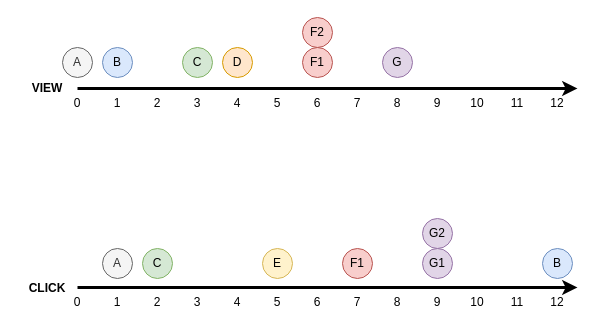
Earlier version of the draw.io diagram drawio/kafka/kafka-streams-join-2.drawio (windowforsun/blog). Source tidied: cells renumbered, new cells numbered last; positions are measured from the earlier drawing's top-left corner, leaving out a move shared by most shapes. Both pictures are drawn from the tidied source at 100%, with x=0, y=0 at pixel (17, 17).
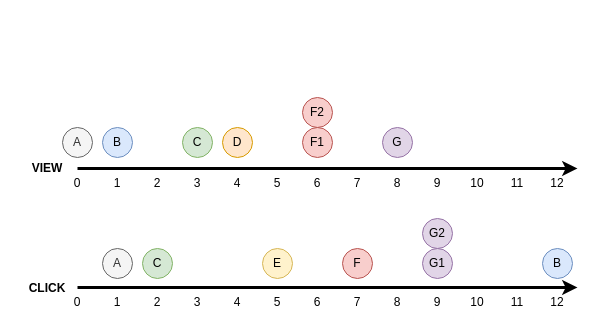
The same page after the edit.

What changed in the source:
```diff
@@
     <mxCell id="2" style="endArrow=classic;html=1;rounded=0;endFill=1;strokeWidth=3;" parent="1" edge="1">
       <mxGeometry relative="1" as="geometry">
-        <mxPoint x="60" y="71" as="sourcePoint" />
-        <mxPoint x="560" y="71" as="targetPoint" />
+        <mxPoint x="60" y="151" as="sourcePoint" />
+        <mxPoint x="560" y="151" as="targetPoint" />
       </mxGeometry>
     </mxCell>
     <mxCell id="3" value="&lt;b&gt;VIEW&lt;/b&gt;" style="text;html=1;align=center;verticalAlign=middle;whiteSpace=wrap;rounded=0;" parent="1" vertex="1">
-      <mxGeometry y="56" width="60" height="30" as="geometry" />
+      <mxGeometry y="136" width="60" height="30" as="geometry" />
     </mxCell>
@@
     <mxCell id="5" value="1" style="text;html=1;align=center;verticalAlign=middle;whiteSpace=wrap;rounded=0;" parent="1" vertex="1">
-      <mxGeometry x="90" y="71" width="20" height="30" as="geometry" />
+      <mxGeometry x="90" y="151" width="20" height="30" as="geometry" />
     </mxCell>
     <mxCell id="6" value="0" style="text;html=1;align=center;verticalAlign=middle;whiteSpace=wrap;rounded=0;" parent="1" vertex="1">
-      <mxGeometry x="50" y="71" width="20" height="30" as="geometry" />
+      <mxGeometry x="50" y="151" width="20" height="30" as="geometry" />
     </mxCell>
     <mxCell id="7" value="2" style="text;html=1;align=center;verticalAlign=middle;whiteSpace=wrap;rounded=0;" parent="1" vertex="1">
-      <mxGeometry x="130" y="71" width="20" height="30" as="geometry" />
+      <mxGeometry x="130" y="151" width="20" height="30" as="geometry" />
     </mxCell>
     <mxCell id="8" value="3" style="text;html=1;align=center;verticalAlign=middle;whiteSpace=wrap;rounded=0;" parent="1" vertex="1">
-      <mxGeometry x="170" y="71" width="20" height="30" as="geometry" />
+      <mxGeometry x="170" y="151" width="20" height="30" as="geometry" />
     </mxCell>
     <mxCell id="9" value="4" style="text;html=1;align=center;verticalAlign=middle;whiteSpace=wrap;rounded=0;" parent="1" vertex="1">
-      <mxGeometry x="210" y="71" width="20" height="30" as="geometry" />
+      <mxGeometry x="210" y="151" width="20" height="30" as="geometry" />
     </mxCell>
     <mxCell id="10" value="5" style="text;html=1;align=center;verticalAlign=middle;whiteSpace=wrap;rounded=0;" parent="1" vertex="1">
-      <mxGeometry x="250" y="71" width="20" height="30" as="geometry" />
+      <mxGeometry x="250" y="151" width="20" height="30" as="geometry" />
     </mxCell>
     <mxCell id="11" value="6" style="text;html=1;align=center;verticalAlign=middle;whiteSpace=wrap;rounded=0;" parent="1" vertex="1">
-      <mxGeometry x="290" y="71" width="20" height="30" as="geometry" />
+      <mxGeometry x="290" y="151" width="20" height="30" as="geometry" />
     </mxCell>
     <mxCell id="12" value="7" style="text;html=1;align=center;verticalAlign=middle;whiteSpace=wrap;rounded=0;" parent="1" vertex="1">
-      <mxGeometry x="330" y="71" width="20" height="30" as="geometry" />
+      <mxGeometry x="330" y="151" width="20" height="30" as="geometry" />
     </mxCell>
     <mxCell id="13" value="8" style="text;html=1;align=center;verticalAlign=middle;whiteSpace=wrap;rounded=0;" parent="1" vertex="1">
-      <mxGeometry x="370" y="71" width="20" height="30" as="geometry" />
+      <mxGeometry x="370" y="151" width="20" height="30" as="geometry" />
     </mxCell>
     <mxCell id="14" value="9" style="text;html=1;align=center;verticalAlign=middle;whiteSpace=wrap;rounded=0;" parent="1" vertex="1">
-      <mxGeometry x="410" y="71" width="20" height="30" as="geometry" />
+      <mxGeometry x="410" y="151" width="20" height="30" as="geometry" />
     </mxCell>
     <mxCell id="15" value="10" style="text;html=1;align=center;verticalAlign=middle;whiteSpace=wrap;rounded=0;" parent="1" vertex="1">
-      <mxGeometry x="450" y="71" width="20" height="30" as="geometry" />
+      <mxGeometry x="450" y="151" width="20" height="30" as="geometry" />
     </mxCell>
     <mxCell id="16" value="11" style="text;html=1;align=center;verticalAlign=middle;whiteSpace=wrap;rounded=0;" parent="1" vertex="1">
-      <mxGeometry x="490" y="71" width="20" height="30" as="geometry" />
+      <mxGeometry x="490" y="151" width="20" height="30" as="geometry" />
     </mxCell>
     <mxCell id="17" value="12" style="text;html=1;align=center;verticalAlign=middle;whiteSpace=wrap;rounded=0;" parent="1" vertex="1">
-      <mxGeometry x="530" y="71" width="20" height="30" as="geometry" />
+      <mxGeometry x="530" y="151" width="20" height="30" as="geometry" />
     </mxCell>
@@
     <mxCell id="32" value="A" style="ellipse;whiteSpace=wrap;html=1;fillColor=#f5f5f5;fontColor=#333333;strokeColor=#666666;" parent="1" vertex="1">
-      <mxGeometry x="45" y="30" width="30" height="30" as="geometry" />
+      <mxGeometry x="45" y="110" width="30" height="30" as="geometry" />
     </mxCell>
@@
     <mxCell id="34" value="B" style="ellipse;whiteSpace=wrap;html=1;fillColor=#dae8fc;strokeColor=#6c8ebf;" parent="1" vertex="1">
-      <mxGeometry x="85" y="30" width="30" height="30" as="geometry" />
+      <mxGeometry x="85" y="110" width="30" height="30" as="geometry" />
     </mxCell>
@@
     <mxCell id="36" value="C" style="ellipse;whiteSpace=wrap;html=1;fillColor=#d5e8d4;strokeColor=#82b366;" parent="1" vertex="1">
-      <mxGeometry x="165" y="30" width="30" height="30" as="geometry" />
+      <mxGeometry x="165" y="110" width="30" height="30" as="geometry" />
     </mxCell>
@@
     <mxCell id="38" value="D" style="ellipse;whiteSpace=wrap;html=1;fillColor=#ffe6cc;strokeColor=#d79b00;" parent="1" vertex="1">
-      <mxGeometry x="205" y="30" width="30" height="30" as="geometry" />
+      <mxGeometry x="205" y="110" width="30" height="30" as="geometry" />
     </mxCell>
@@
     <mxCell id="40" value="F1" style="ellipse;whiteSpace=wrap;html=1;fillColor=#f8cecc;strokeColor=#b85450;" parent="1" vertex="1">
-      <mxGeometry x="285" y="30" width="30" height="30" as="geometry" />
+      <mxGeometry x="285" y="110" width="30" height="30" as="geometry" />
     </mxCell>
     <mxCell id="41" value="F2" style="ellipse;whiteSpace=wrap;html=1;fillColor=#f8cecc;strokeColor=#b85450;" parent="1" vertex="1">
-      <mxGeometry x="285" width="30" height="30" as="geometry" />
+      <mxGeometry x="285" y="80" width="30" height="30" as="geometry" />
     </mxCell>
     <mxCell id="42" value="G" style="ellipse;whiteSpace=wrap;html=1;fillColor=#e1d5e7;strokeColor=#9673a6;" parent="1" vertex="1">
-      <mxGeometry x="365" y="30" width="30" height="30" as="geometry" />
+      <mxGeometry x="365" y="110" width="30" height="30" as="geometry" />
     </mxCell>
-    <mxCell id="43" value="F1" style="ellipse;whiteSpace=wrap;html=1;fillColor=#f8cecc;strokeColor=#b85450;" parent="1" vertex="1">
+    <mxCell id="43" value="F" style="ellipse;whiteSpace=wrap;html=1;fillColor=#f8cecc;strokeColor=#b85450;" parent="1" vertex="1">
       <mxGeometry x="325" y="231" width="30" height="30" as="geometry" />
     </mxCell>
```
